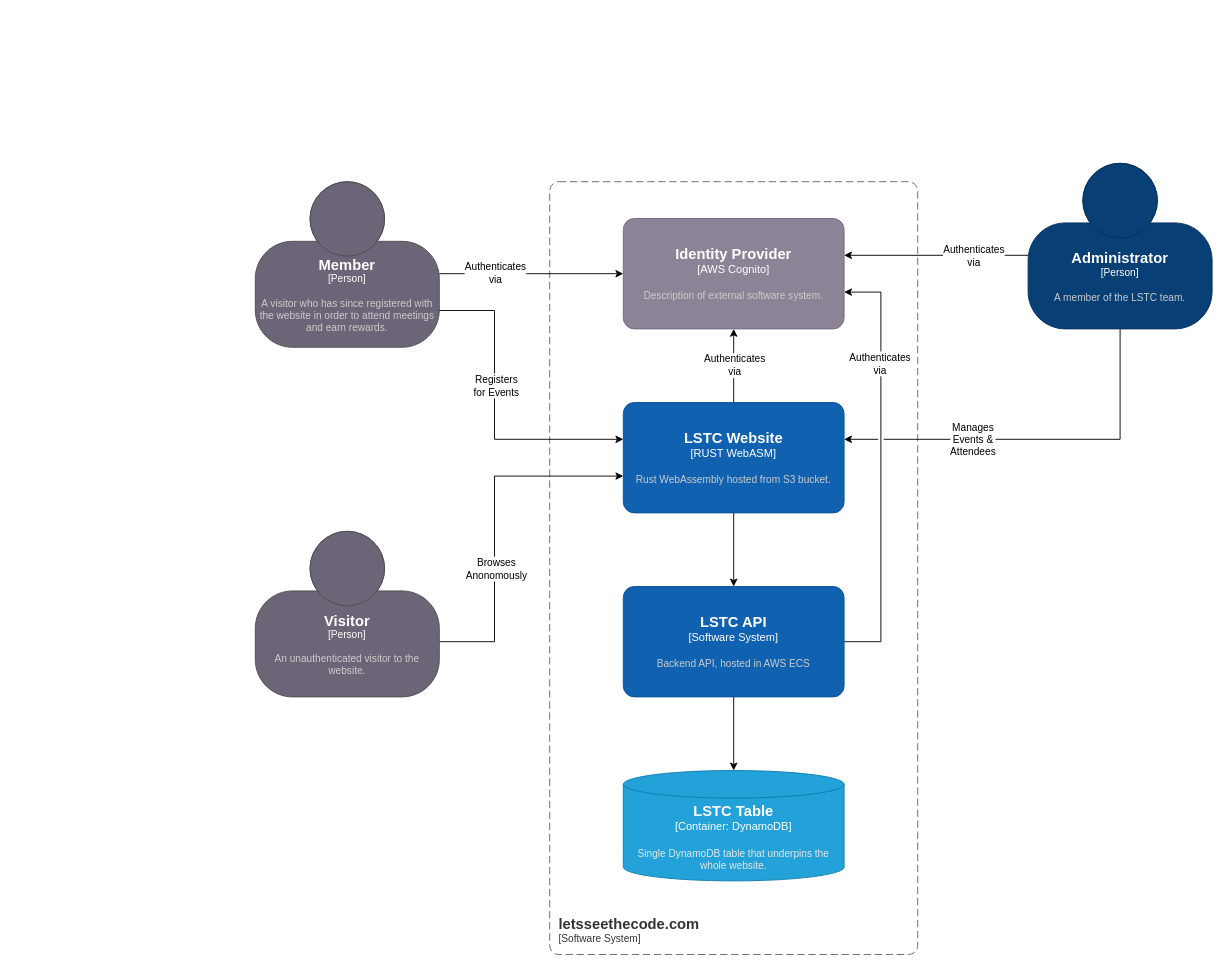
The draw.io diagram page "C2 - website" (2 of 3) of docs/images/C4.drawio in letsseethecode/lstc_website, before the edit. Source tidied: cells renumbered, new cells numbered last; positions are measured from the earlier drawing's top-left corner, leaving out a move shared by most shapes. Both pictures are drawn from the tidied source at 92%, with x=0, y=0 at pixel (255, 163).
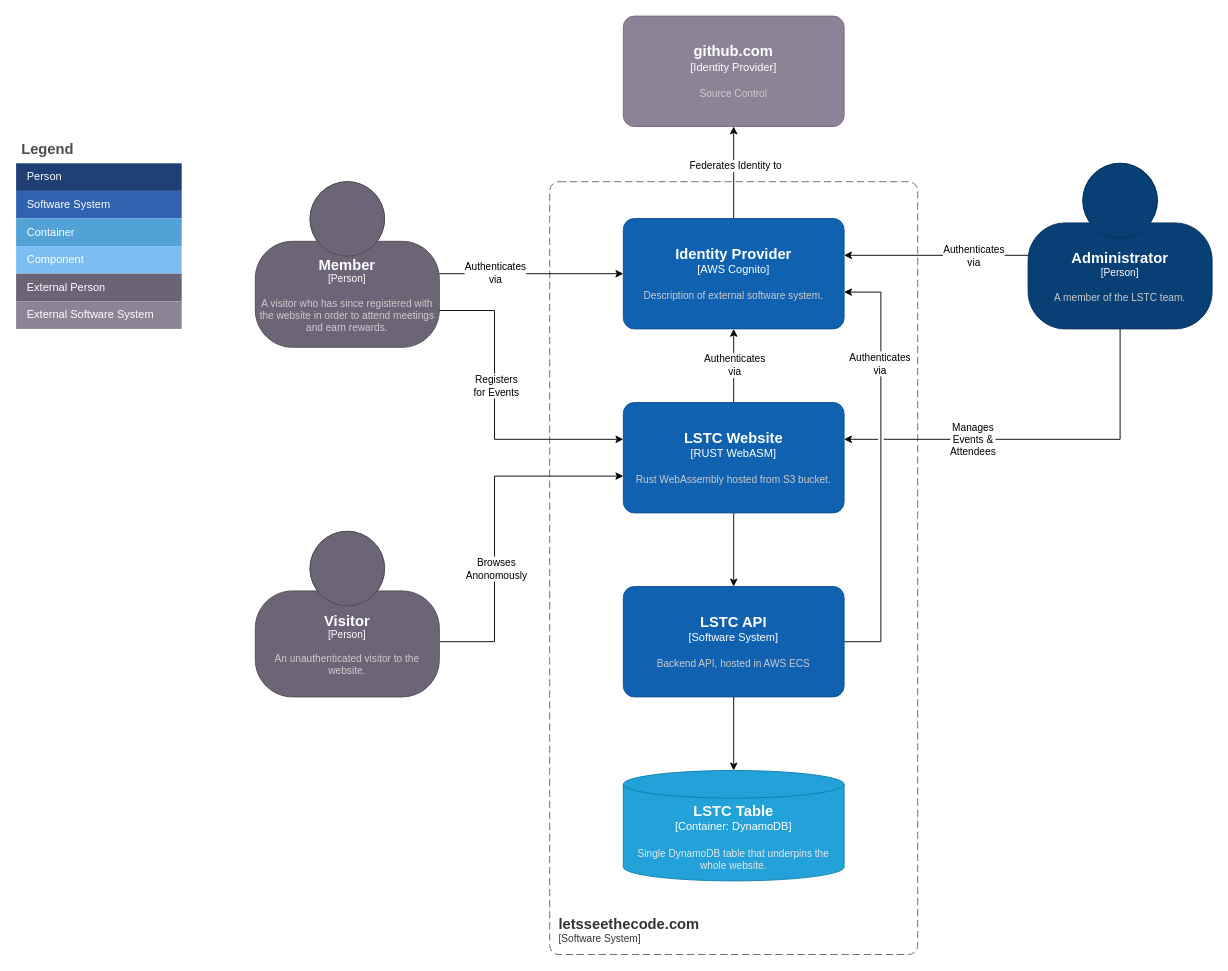
The same page after the edit.

What changed in the source:
```diff
@@
+    <mxCell id="26" style="edgeStyle=orthogonalEdgeStyle;rounded=0;jettySize=auto;html=1;" parent="1" edge="1" source="10" target="41">
+      <mxGeometry relative="1" as="geometry" />
+    </mxCell>
+    <mxCell id="27" value="Federates Identity to" style="edgeLabel;html=1;align=center;verticalAlign=middle;" parent="26" vertex="1">
+      <mxGeometry x="0.16" y="-1" relative="1" as="geometry" />
+    </mxCell>
     <object id="10" label="&lt;font style=&quot;font-size: 16px&quot;&gt;&lt;b&gt;%c4Name%&lt;/b&gt;&lt;/font&gt;&lt;div&gt;[%c4Type%]&lt;/div&gt;&lt;br&gt;&lt;div&gt;&lt;font style=&quot;font-size: 11px&quot;&gt;&lt;font color=&quot;#cccccc&quot;&gt;%c4Description%&lt;/font&gt;&lt;/div&gt;" c4Description="Description of external software system." c4Name="Identity Provider" c4Type="AWS Cognito" placeholders="1">
-      <mxCell style="rounded=1;whiteSpace=wrap;html=1;labelBackgroundColor=none;fillColor=#8C8496;fontColor=#ffffff;align=center;arcSize=10;strokeColor=#736782;points=[[0.25,0,0],[0.5,0,0],[0.75,0,0],[1,0.25,0],[1,0.5,0],[1,0.75,0],[0.75,1,0],[0.5,1,0],[0.25,1,0],[0,0.75,0],[0,0.5,0],[0,0.25,0]];" parent="1" vertex="1">
+      <mxCell style="rounded=1;whiteSpace=wrap;html=1;labelBackgroundColor=none;fillColor=#1061B0;fontColor=#ffffff;align=center;arcSize=10;strokeColor=#0D5091;points=[[0.25,0,0],[0.5,0,0],[0.75,0,0],[1,0.25,0],[1,0.5,0],[1,0.75,0],[0.75,1,0],[0.5,1,0],[0.25,1,0],[0,0.75,0],[0,0.5,0],[0,0.25,0]];" parent="1" vertex="1">
         <mxGeometry x="400" y="60" width="240" height="120" as="geometry" />
       </mxCell>
     </object>
@@
+    <mxCell id="28" value="Legend" style="shape=table;startSize=30;childLayout=tableLayout;fontSize=16;align=left;verticalAlign=top;fillColor=none;strokeColor=none;fontColor=#4D4D4D;fontStyle=1;spacingLeft=6;spacing=0;" parent="1" vertex="1">
+      <mxGeometry x="-260" y="-30" width="180" height="210" as="geometry" />
+    </mxCell>
+    <mxCell id="29" style="shape=tableRow;horizontal=0;startSize=0;swimlaneHead=0;swimlaneBody=0;strokeColor=inherit;top=0;left=0;bottom=0;right=0;fillColor=none;fontSize=12;" parent="28" vertex="1">
+      <mxGeometry y="30" width="180" height="30" as="geometry" />
+    </mxCell>
+    <mxCell id="30" value="Person" style="shape=partialRectangle;html=1;whiteSpace=wrap;strokeColor=inherit;overflow=hidden;fillColor=#1E4074;top=0;left=0;bottom=0;right=0;fontSize=12;align=left;fontColor=#FFFFFF;gradientColor=none;spacingLeft=10;spacingRight=4;" parent="29" vertex="1">
+      <mxGeometry width="180" height="30" as="geometry" />
+    </mxCell>
+    <mxCell id="31" style="shape=tableRow;horizontal=0;startSize=0;swimlaneHead=0;swimlaneBody=0;strokeColor=inherit;top=0;left=0;bottom=0;right=0;fillColor=none;fontSize=12;" parent="28" vertex="1">
+      <mxGeometry y="60" width="180" height="30" as="geometry" />
+    </mxCell>
+    <mxCell id="32" value="Software System" style="shape=partialRectangle;html=1;whiteSpace=wrap;strokeColor=inherit;overflow=hidden;fillColor=#3162AF;top=0;left=0;bottom=0;right=0;fontSize=12;align=left;fontColor=#FFFFFF;gradientColor=none;spacingLeft=10;spacingRight=4;" parent="31" vertex="1">
+      <mxGeometry width="180" height="30" as="geometry" />
+    </mxCell>
+    <mxCell id="33" style="shape=tableRow;horizontal=0;startSize=0;swimlaneHead=0;swimlaneBody=0;strokeColor=inherit;top=0;left=0;bottom=0;right=0;fillColor=none;fontSize=12;" parent="28" vertex="1">
+      <mxGeometry y="90" width="180" height="30" as="geometry" />
+    </mxCell>
+    <mxCell id="34" value="Container" style="shape=partialRectangle;html=1;whiteSpace=wrap;strokeColor=inherit;overflow=hidden;fillColor=#52a2d8;top=0;left=0;bottom=0;right=0;fontSize=12;align=left;fontColor=#FFFFFF;gradientColor=none;spacingLeft=10;spacingRight=4;" parent="33" vertex="1">
+      <mxGeometry width="180" height="30" as="geometry" />
+    </mxCell>
+    <mxCell id="35" style="shape=tableRow;horizontal=0;startSize=0;swimlaneHead=0;swimlaneBody=0;strokeColor=inherit;top=0;left=0;bottom=0;right=0;fillColor=none;fontSize=12;" parent="28" vertex="1">
+      <mxGeometry y="120" width="180" height="30" as="geometry" />
+    </mxCell>
+    <mxCell id="36" value="Component" style="shape=partialRectangle;html=1;whiteSpace=wrap;strokeColor=inherit;overflow=hidden;fillColor=#7dbef2;top=0;left=0;bottom=0;right=0;fontSize=12;align=left;fontColor=#FFFFFF;gradientColor=none;spacingLeft=10;spacingRight=4;" parent="35" vertex="1">
+      <mxGeometry width="180" height="30" as="geometry" />
+    </mxCell>
+    <mxCell id="37" style="shape=tableRow;horizontal=0;startSize=0;swimlaneHead=0;swimlaneBody=0;strokeColor=inherit;top=0;left=0;bottom=0;right=0;fillColor=none;fontSize=12;" parent="28" vertex="1">
+      <mxGeometry y="150" width="180" height="30" as="geometry" />
+    </mxCell>
+    <mxCell id="38" value="External Person" style="shape=partialRectangle;html=1;whiteSpace=wrap;strokeColor=inherit;overflow=hidden;fillColor=#6b6477;top=0;left=0;bottom=0;right=0;fontSize=12;align=left;fontColor=#FFFFFF;gradientColor=none;spacingLeft=10;spacingRight=4;" parent="37" vertex="1">
+      <mxGeometry width="180" height="30" as="geometry" />
+    </mxCell>
+    <mxCell id="39" style="shape=tableRow;horizontal=0;startSize=0;swimlaneHead=0;swimlaneBody=0;strokeColor=inherit;top=0;left=0;bottom=0;right=0;fillColor=none;fontSize=12;" parent="28" vertex="1">
+      <mxGeometry y="180" width="180" height="30" as="geometry" />
+    </mxCell>
+    <mxCell id="40" value="External Software System" style="shape=partialRectangle;html=1;whiteSpace=wrap;strokeColor=inherit;overflow=hidden;fillColor=#8b8496;top=0;left=0;bottom=0;right=0;fontSize=12;align=left;fontColor=#FFFFFF;gradientColor=none;spacingLeft=10;spacingRight=4;" parent="39" vertex="1">
+      <mxGeometry width="180" height="30" as="geometry" />
+    </mxCell>
+    <object id="41" label="&lt;font style=&quot;font-size: 16px&quot;&gt;&lt;b&gt;%c4Name%&lt;/b&gt;&lt;/font&gt;&lt;div&gt;[%c4Type%]&lt;/div&gt;&lt;br&gt;&lt;div&gt;&lt;font style=&quot;font-size: 11px&quot;&gt;&lt;font color=&quot;#cccccc&quot;&gt;%c4Description%&lt;/font&gt;&lt;/div&gt;" c4Description="Source Control" c4Name="github.com" c4Type="Identity Provider" placeholders="1">
+      <mxCell style="rounded=1;whiteSpace=wrap;html=1;labelBackgroundColor=none;fillColor=#8C8496;fontColor=#ffffff;align=center;arcSize=10;strokeColor=#736782;points=[[0.25,0,0],[0.5,0,0],[0.75,0,0],[1,0.25,0],[1,0.5,0],[1,0.75,0],[0.75,1,0],[0.5,1,0],[0.25,1,0],[0,0.75,0],[0,0.5,0],[0,0.25,0]];" parent="1" vertex="1">
+        <mxGeometry x="400" y="-160" width="240" height="120" as="geometry" />
+      </mxCell>
+    </object>
```
